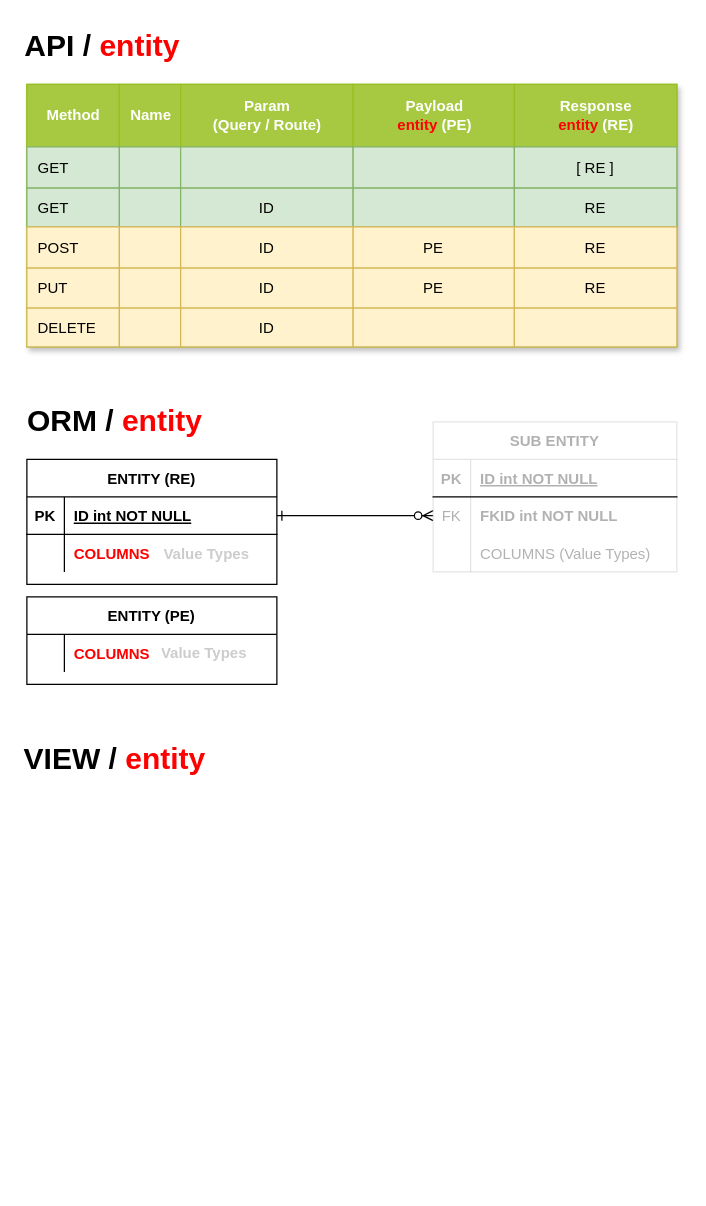
Above: Untitled Diagram.drawio in alperix/music (draw.io), before the change. Source tidied: cells renumbered, new cells numbered last; positions are measured from the earlier drawing's top-left corner, leaving out a move shared by most shapes. Both pictures are drawn from the tidied source at 125%, with x=0, y=0 at pixel (26, 21).
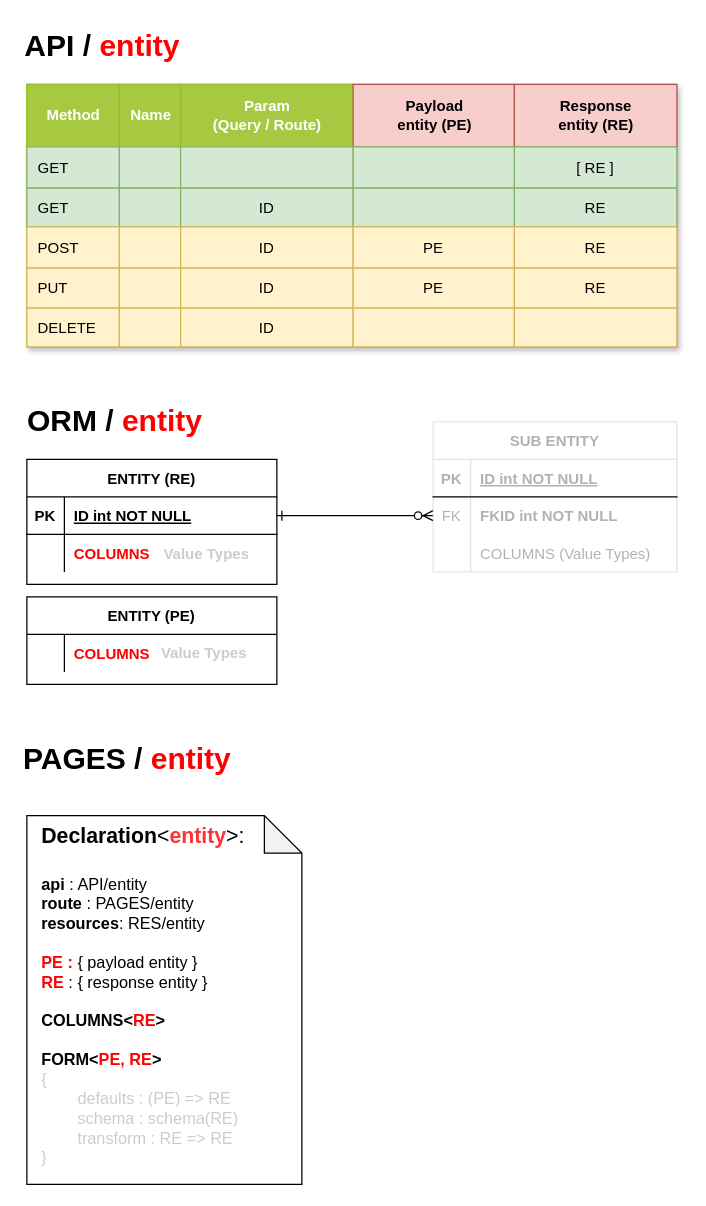
Above is the later version.

Unchanged cells that the change refers to:
```xml
<mxCell id="21" style="shape=tableRow;horizontal=0;startSize=0;swimlaneHead=0;swimlaneBody=0;top=0;left=0;bottom=0;right=0;fontStyle=0;strokeColor=inherit;fillColor=#ffffff;" parent="20" vertex="1">
  <mxGeometry width="520" height="50" as="geometry" />
</mxCell>
```

What changed in the source:
```diff
@@
-    <mxCell id="25" value="Payload&lt;div&gt;&lt;font color=&quot;#ff0000&quot;&gt;entity&lt;/font&gt; (PE)&lt;/div&gt;" style="strokeColor=inherit;fillColor=#A7C942;align=center;fontStyle=1;fontColor=#FFFFFF;html=1;" parent="21" vertex="1">
+    <mxCell id="25" value="Payload&lt;div&gt;entity (PE)&lt;/div&gt;" style="strokeColor=#b85450;fillColor=#f8cecc;align=center;fontStyle=1;html=1;" parent="21" vertex="1">
       <mxGeometry x="261" width="129" height="50" as="geometry" />
     </mxCell>
-    <mxCell id="26" value="Response&lt;div&gt;&lt;font color=&quot;#ff0000&quot;&gt;entity&lt;/font&gt; (RE)&lt;/div&gt;" style="strokeColor=inherit;fillColor=#A7C942;align=center;fontStyle=1;fontColor=#FFFFFF;html=1;" parent="21" vertex="1">
+    <mxCell id="26" value="Response&lt;div&gt;entity (RE)&lt;/div&gt;" style="strokeColor=#b85450;fillColor=#f8cecc;align=center;fontStyle=1;html=1;" parent="21" vertex="1">
       <mxGeometry x="390" width="130" height="50" as="geometry" />
     </mxCell>
@@
-    <mxCell id="65" value="VIEW /&amp;nbsp;&lt;font color=&quot;#ff0000&quot;&gt;entity&lt;/font&gt;" style="text;strokeColor=none;fillColor=none;html=1;fontSize=24;fontStyle=1;verticalAlign=middle;align=center;" parent="1" vertex="1">
-      <mxGeometry x="20" y="570" width="100" height="40" as="geometry" />
+    <mxCell id="65" value="PAGES /&amp;nbsp;&lt;font color=&quot;#ff0000&quot;&gt;entity&lt;/font&gt;" style="text;strokeColor=none;fillColor=none;html=1;fontSize=24;fontStyle=1;verticalAlign=middle;align=center;" parent="1" vertex="1">
+      <mxGeometry x="30" y="570" width="100" height="40" as="geometry" />
     </mxCell>
+    <mxCell id="66" value="&lt;font style=&quot;font-size: 17px;&quot;&gt;&lt;b style=&quot;&quot;&gt;Declaration&lt;/b&gt;&amp;lt;&lt;b style=&quot;&quot;&gt;&lt;font color=&quot;#ff3333&quot; style=&quot;font-size: 17px;&quot;&gt;entity&lt;/font&gt;&lt;/b&gt;&amp;gt;:&lt;/font&gt;&lt;div style=&quot;font-size: 17px;&quot;&gt;&lt;font style=&quot;font-size: 17px;&quot;&gt;&lt;br style=&quot;font-size: 13px;&quot;&gt;&lt;/font&gt;&lt;div style=&quot;font-size: 13px;&quot;&gt;&lt;font style=&quot;font-size: 13px;&quot;&gt;&lt;b&gt;api&lt;/b&gt; : API/entity&lt;/font&gt;&lt;/div&gt;&lt;div style=&quot;font-size: 13px;&quot;&gt;&lt;font style=&quot;font-size: 13px;&quot;&gt;&lt;b&gt;route&lt;/b&gt; : PAGES/entity&lt;/font&gt;&lt;/div&gt;&lt;div style=&quot;font-size: 13px;&quot;&gt;&lt;span style=&quot;background-color: initial; font-size: 13px;&quot;&gt;&lt;font style=&quot;font-size: 13px;&quot;&gt;&lt;b&gt;resources&lt;/b&gt;: RES/entity&lt;/font&gt;&lt;/span&gt;&lt;/div&gt;&lt;div style=&quot;font-size: 13px;&quot;&gt;&lt;span style=&quot;background-color: initial; font-size: 13px;&quot;&gt;&lt;font style=&quot;font-size: 13px;&quot;&gt;&lt;br&gt;&lt;/font&gt;&lt;/span&gt;&lt;/div&gt;&lt;div style=&quot;font-size: 13px;&quot;&gt;&lt;div style=&quot;font-size: 13px;&quot;&gt;&lt;font style=&quot;font-size: 13px;&quot;&gt;&lt;b style=&quot;font-size: 13px;&quot;&gt;&lt;font color=&quot;#ff0000&quot; style=&quot;font-size: 13px;&quot;&gt;PE :&lt;/font&gt;&lt;/b&gt;&amp;nbsp;{ payload entity }&lt;/font&gt;&lt;/div&gt;&lt;div style=&quot;font-size: 13px;&quot;&gt;&lt;font style=&quot;font-size: 13px;&quot;&gt;&lt;font color=&quot;#ff0000&quot; style=&quot;background-color: initial; font-size: 13px;&quot;&gt;&lt;b style=&quot;font-size: 13px;&quot;&gt;RE&lt;/b&gt;&lt;/font&gt;&lt;span style=&quot;background-color: initial; font-size: 13px;&quot;&gt;&amp;nbsp;:&lt;/span&gt;&lt;span style=&quot;background-color: initial; font-size: 13px;&quot;&gt;&amp;nbsp;{ response entity }&lt;/span&gt;&lt;/font&gt;&lt;/div&gt;&lt;/div&gt;&lt;div style=&quot;font-size: 13px;&quot;&gt;&lt;span style=&quot;background-color: initial; font-size: 13px;&quot;&gt;&lt;font style=&quot;font-size: 13px;&quot;&gt;&lt;br style=&quot;font-size: 13px;&quot;&gt;&lt;/font&gt;&lt;/span&gt;&lt;/div&gt;&lt;div style=&quot;font-size: 13px;&quot;&gt;&lt;span style=&quot;background-color: initial; font-size: 13px;&quot;&gt;&lt;b style=&quot;font-size: 13px;&quot;&gt;&lt;font style=&quot;font-size: 13px;&quot;&gt;COLUMNS&amp;lt;&lt;font color=&quot;#ff0000&quot; style=&quot;font-size: 13px;&quot;&gt;RE&lt;/font&gt;&amp;gt;&lt;/font&gt;&lt;/b&gt;&lt;/span&gt;&lt;/div&gt;&lt;div style=&quot;font-size: 13px;&quot;&gt;&lt;span style=&quot;background-color: initial; font-size: 13px;&quot;&gt;&lt;b style=&quot;font-size: 13px;&quot;&gt;&lt;font style=&quot;font-size: 13px;&quot;&gt;&lt;br&gt;&lt;/font&gt;&lt;/b&gt;&lt;/span&gt;&lt;/div&gt;&lt;div style=&quot;font-size: 13px;&quot;&gt;&lt;div style=&quot;font-size: 13px;&quot;&gt;&lt;b style=&quot;font-size: 13px;&quot;&gt;&lt;font style=&quot;font-size: 13px;&quot;&gt;&lt;span style=&quot;background-color: initial; font-size: 13px;&quot;&gt;FORM&amp;lt;&lt;font color=&quot;#ff0000&quot; style=&quot;font-size: 13px;&quot;&gt;PE,&lt;/font&gt; &lt;font color=&quot;#ff0000&quot; style=&quot;font-size: 13px;&quot;&gt;RE&lt;/font&gt;&amp;gt;&lt;/span&gt;&lt;br style=&quot;font-size: 13px;&quot;&gt;&lt;/font&gt;&lt;/b&gt;&lt;/div&gt;&lt;/div&gt;&lt;/div&gt;&lt;div style=&quot;font-size: 13px;&quot;&gt;&lt;span style=&quot;background-color: initial; font-size: 13px;&quot;&gt;&lt;font color=&quot;#cccccc&quot; style=&quot;font-size: 13px;&quot;&gt;{&lt;/font&gt;&lt;/span&gt;&lt;/div&gt;&lt;div style=&quot;font-size: 13px;&quot;&gt;&lt;span style=&quot;background-color: initial; font-size: 13px;&quot;&gt;&lt;font color=&quot;#cccccc&quot; style=&quot;font-size: 13px;&quot;&gt;&lt;span style=&quot;white-space: pre; font-size: 13px;&quot;&gt;&#9;&lt;/span&gt;defaults : (PE) =&amp;gt; RE&lt;br style=&quot;font-size: 13px;&quot;&gt;&lt;/font&gt;&lt;/span&gt;&lt;/div&gt;&lt;div style=&quot;font-size: 13px;&quot;&gt;&lt;span style=&quot;background-color: initial; font-size: 13px;&quot;&gt;&lt;font color=&quot;#cccccc&quot; style=&quot;font-size: 13px;&quot;&gt;&lt;span style=&quot;white-space: pre; font-size: 13px;&quot;&gt;&#9;&lt;/span&gt;schema : schema(RE)&lt;/font&gt;&lt;/span&gt;&lt;/div&gt;&lt;div style=&quot;font-size: 13px;&quot;&gt;&lt;span style=&quot;background-color: initial; font-size: 13px;&quot;&gt;&lt;font color=&quot;#cccccc&quot; style=&quot;font-size: 13px;&quot;&gt;&lt;span style=&quot;white-space: pre; font-size: 13px;&quot;&gt;&#9;&lt;/span&gt;transform : RE =&amp;gt; RE&amp;nbsp;&lt;br style=&quot;font-size: 13px;&quot;&gt;&lt;/font&gt;&lt;/span&gt;&lt;/div&gt;&lt;div style=&quot;font-size: 13px;&quot;&gt;&lt;span style=&quot;background-color: initial; font-size: 13px;&quot;&gt;&lt;font color=&quot;#cccccc&quot; style=&quot;font-size: 13px;&quot;&gt;}&lt;/font&gt;&lt;/span&gt;&lt;/div&gt;" style="shape=note;whiteSpace=wrap;html=1;backgroundOutline=1;darkOpacity=0.05;align=left;spacingLeft=10;verticalAlign=top;fontSize=13;" parent="1" vertex="1">
+      <mxGeometry y="635" width="220" height="295" as="geometry" />
+    </mxCell>
```
